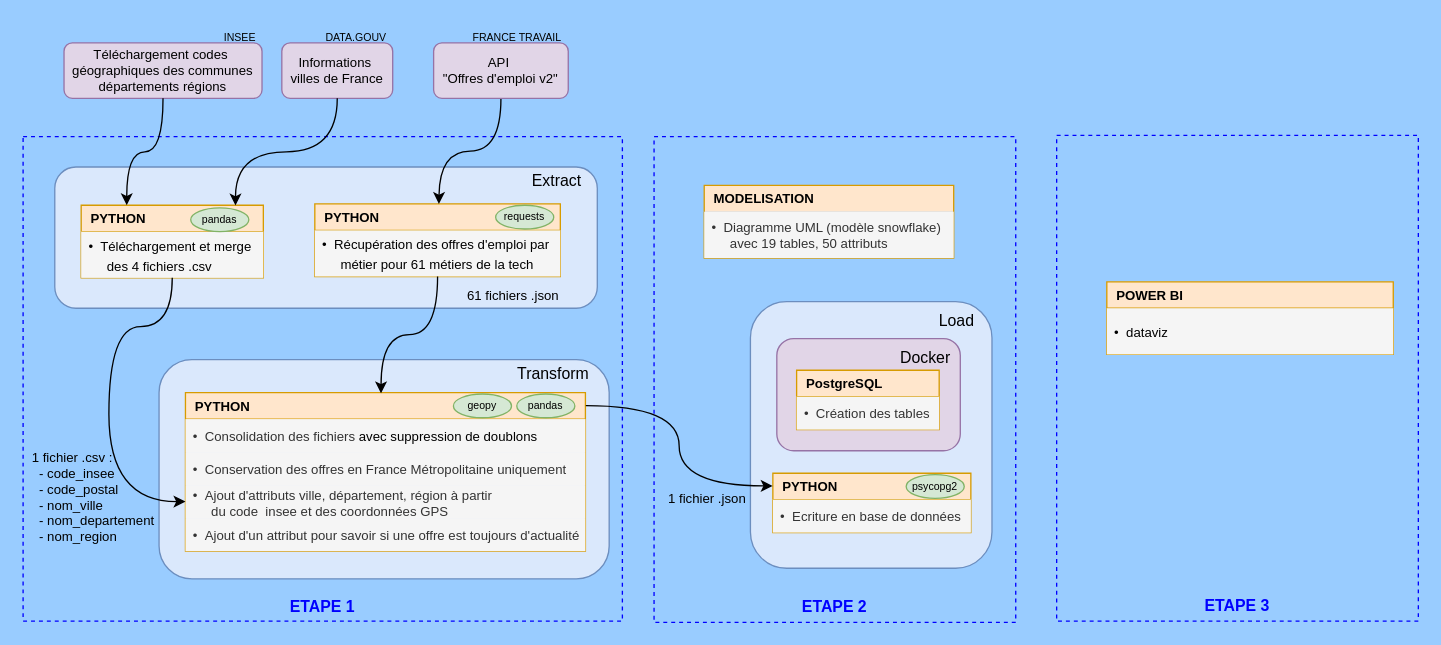
Above: workflow.drawio in vimchun/Job-Market-in-France (draw.io), before the change. Source tidied: cells renumbered, new cells numbered last; positions are measured from the earlier drawing's top-left corner, leaving out a move shared by most shapes. Both pictures are drawn from the tidied source at 132%, with x=0, y=0 at pixel (22, 22).
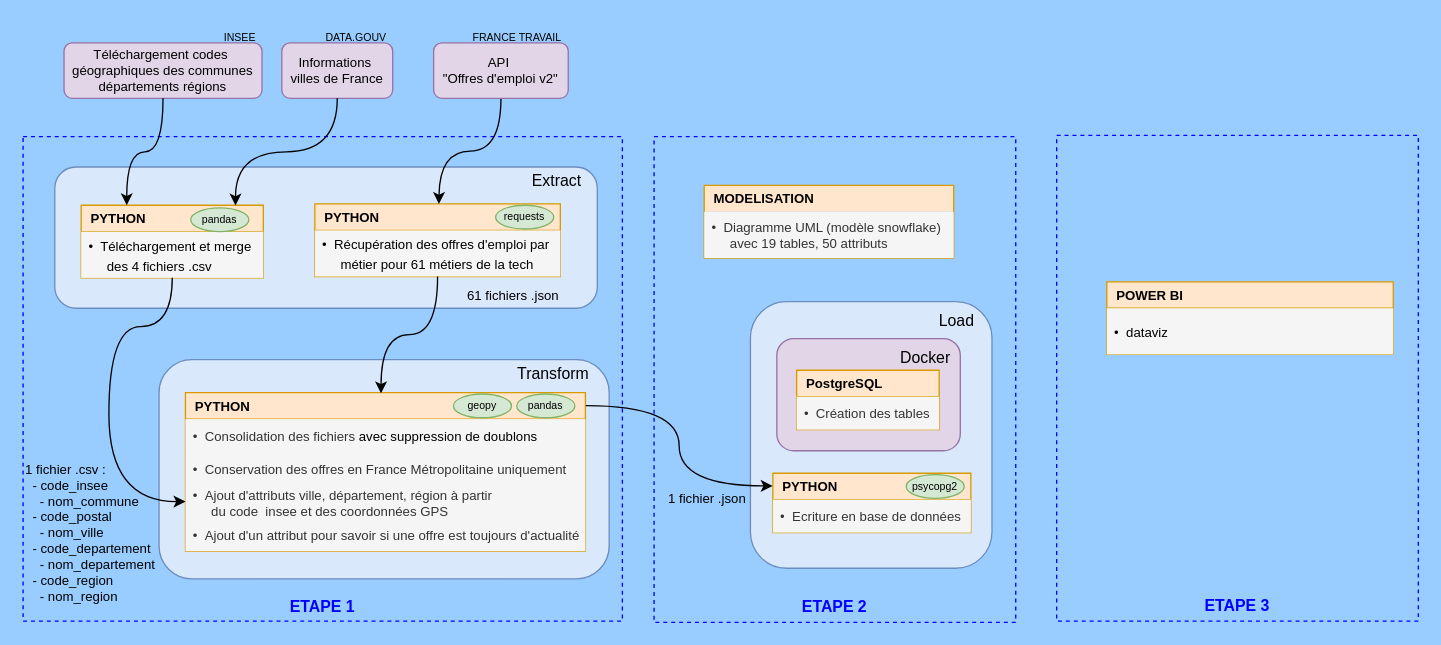
The same page after the edit.

Unchanged cells that the change refers to:
```xml
<mxCell id="19" value="•&amp;nbsp;&amp;nbsp;Ajout d'attributs ville, département, région à partir&amp;nbsp;&lt;div&gt;&amp;nbsp; &amp;nbsp; &amp;nbsp;du code_insee et des coordonnées GPS&lt;/div&gt;" style="text;strokeColor=none;fillColor=#f5f5f5;align=left;verticalAlign=middle;spacingLeft=4;spacingRight=4;overflow=hidden;points=[[0,0.5],[1,0.5]];portConstraint=eastwest;whiteSpace=wrap;html=1;fontFamily=Helvetica;fontSize=10;fontColor=#333333;fontStyle=0;" parent="16" vertex="1">
  <mxGeometry y="70" width="303" height="25" as="geometry" />
</mxCell>
<mxCell id="34" value="&lt;b&gt;&amp;nbsp; PYTHON&lt;/b&gt;" style="swimlane;fontStyle=0;horizontal=1;startSize=20;whiteSpace=wrap;html=1;fillColor=#ffe6cc;strokeColor=#d79b00;rounded=0;align=left;swimlaneLine=1;glass=0;shadow=0;swimlaneHead=1;swimlaneBody=1;verticalAlign=middle;fontFamily=Helvetica;fontSize=10;fontColor=default;" parent="1" vertex="1">
  <mxGeometry x="44" y="138" width="138" height="55" as="geometry" />
</mxCell>
```

Change to the diagram source:
```diff
@@
-    <mxCell id="38" style="edgeStyle=orthogonalEdgeStyle;rounded=0;jettySize=auto;html=1;entryX=0;entryY=0.5;entryDx=0;entryDy=0;curved=1;exitX=0.5;exitY=1;exitDx=0;exitDy=0;" parent="1" edge="1" source="34" target="19">
+    <mxCell id="38" style="edgeStyle=orthogonalEdgeStyle;rounded=0;orthogonalLoop=1;jettySize=auto;html=1;entryX=0;entryY=0.5;entryDx=0;entryDy=0;curved=1;exitX=0.5;exitY=1;exitDx=0;exitDy=0;" parent="1" edge="1">
       <mxGeometry relative="1" as="geometry">
+        <mxPoint x="113" y="193" as="sourcePoint" />
+        <mxPoint x="123" y="362.5" as="targetPoint" />
         <Array as="points">
           <mxPoint x="65" y="230" />
           <mxPoint x="65" y="363" />
         </Array>
       </mxGeometry>
     </mxCell>
@@
-    <mxCell id="45" value="1 fichier .csv :&lt;div&gt;&lt;div&gt;&amp;nbsp; - code_insee&lt;/div&gt;&lt;div&gt;&amp;nbsp; - code_postal&lt;/div&gt;&lt;div&gt;&amp;nbsp; - nom_ville&lt;/div&gt;&lt;div&gt;&amp;nbsp; - nom_departement&lt;/div&gt;&lt;div&gt;&amp;nbsp; - nom_region&lt;/div&gt;&lt;/div&gt;" style="text;html=1;align=left;verticalAlign=middle;whiteSpace=wrap;rounded=0;fontSize=10;" parent="1" vertex="1">
-      <mxGeometry x="5" y="320" width="100" height="78" as="geometry" />
+    <mxCell id="45" value="1 fichier .csv :&lt;div&gt;&lt;div&gt;&amp;nbsp; - code_insee&lt;/div&gt;&lt;div&gt;&amp;nbsp; &amp;nbsp; - nom_commune&lt;/div&gt;&lt;div&gt;&amp;nbsp; - code_postal&lt;/div&gt;&lt;div&gt;&amp;nbsp; &amp;nbsp; - nom_ville&lt;/div&gt;&lt;div&gt;&amp;nbsp; - code_departement&lt;/div&gt;&lt;div&gt;&amp;nbsp; &amp;nbsp; - nom_departement&lt;/div&gt;&lt;div&gt;&amp;nbsp; - code_region&lt;/div&gt;&lt;div&gt;&amp;nbsp; &amp;nbsp; - nom_region&lt;/div&gt;&lt;/div&gt;" style="text;html=1;align=left;verticalAlign=middle;whiteSpace=wrap;rounded=0;fontSize=10;" parent="1" vertex="1">
+      <mxGeometry y="320" width="103" height="131" as="geometry" />
     </mxCell>
```
